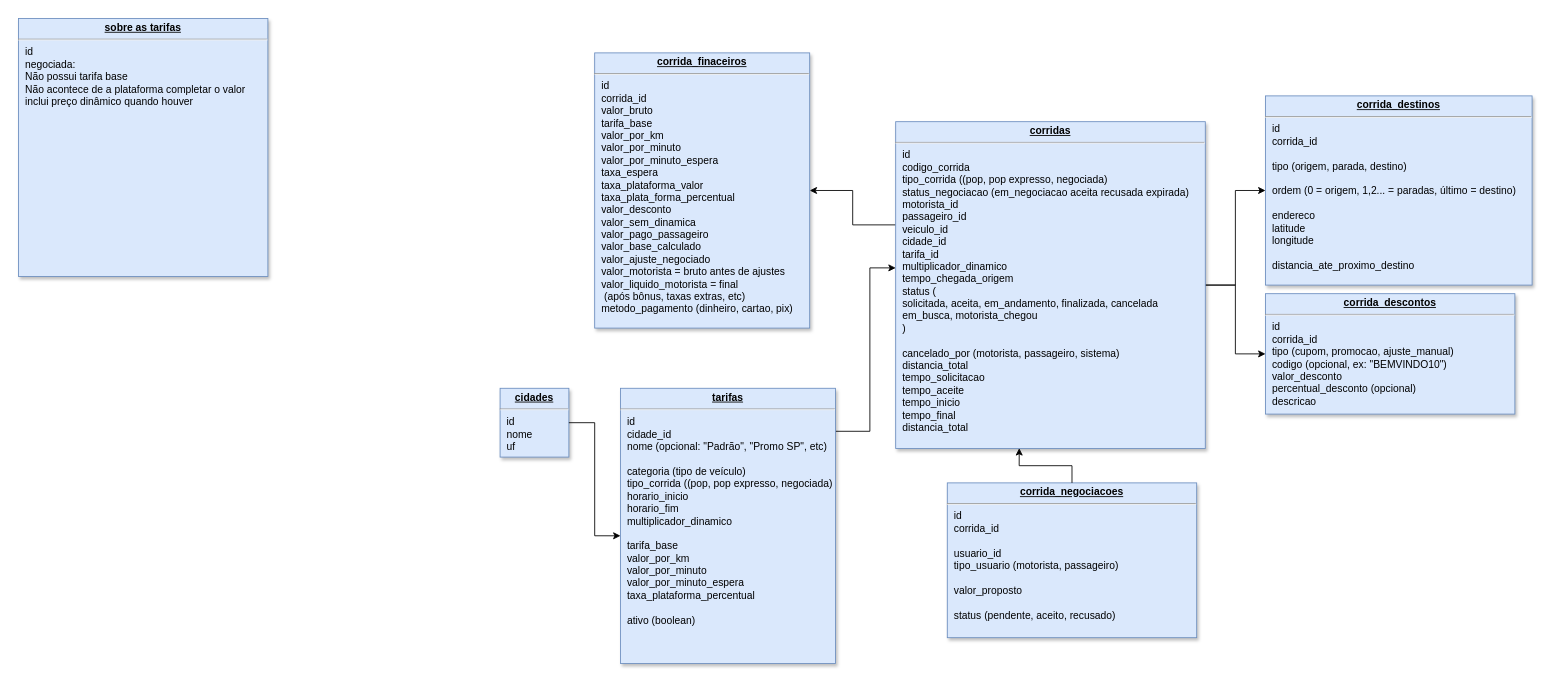
Before: page "corridas" (2 of 2) of Diagrama sem nome.drawio in PnA-Publicidade/aplicativo-mobilidade-urbana-backend, a draw.io diagram. Source tidied: cells renumbered, new cells numbered last; positions are measured from the earlier drawing's top-left corner, leaving out a move shared by most shapes. Both pictures are drawn from the tidied source at 86%, with x=0, y=0 at pixel (18, 18).
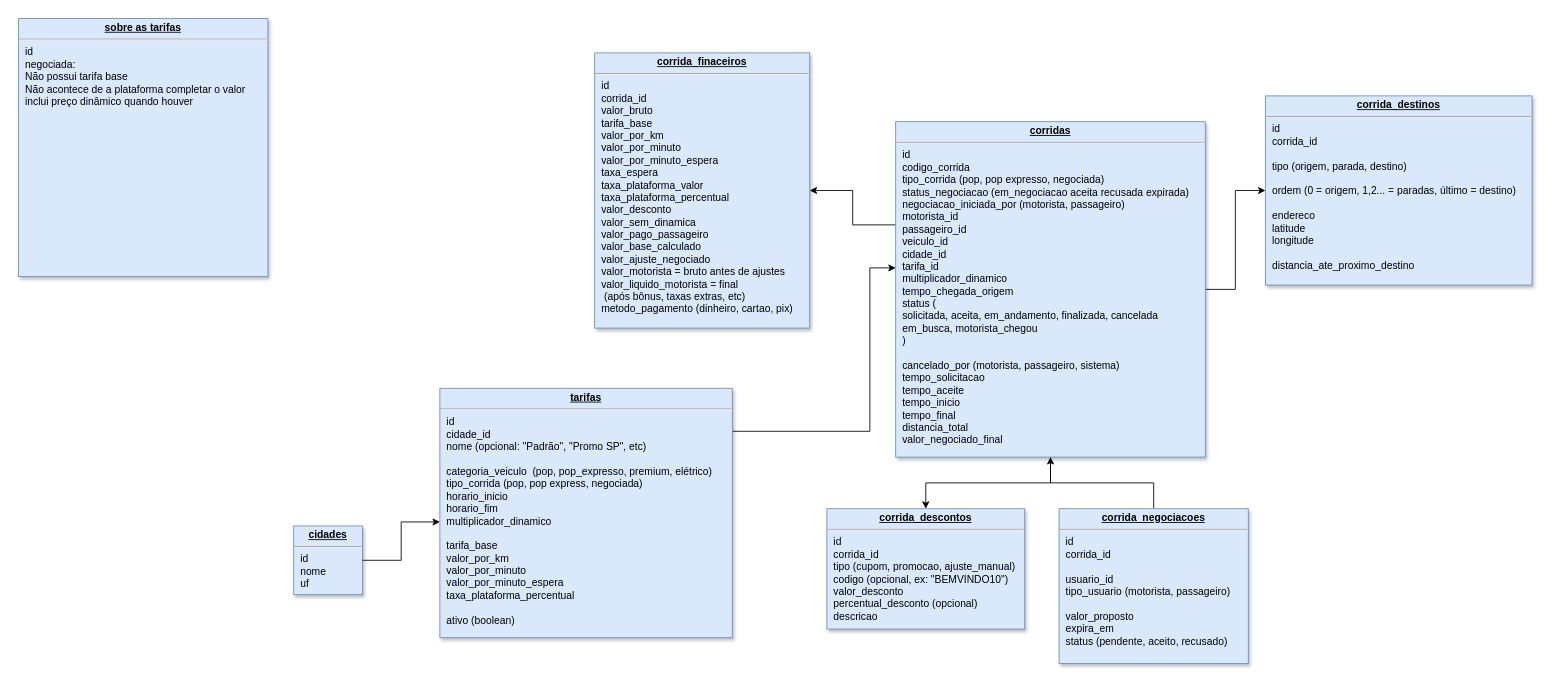
Above is the later version.

What changed in the source:
```diff
@@
 <mxGraphModel>
   <root>
     <mxCell id="0" />
     <mxCell id="1" parent="0" />
     <mxCell id="2" style="edgeStyle=orthogonalEdgeStyle;rounded=0;jettySize=auto;html=1;entryX=0;entryY=0.5;entryDx=0;entryDy=0;" parent="1" edge="1" source="5" target="7">
       <mxGeometry relative="1" as="geometry" />
     </mxCell>
+    <mxCell id="4" style="edgeStyle=orthogonalEdgeStyle;rounded=0;jettySize=auto;html=1;entryX=1;entryY=0.5;entryDx=0;entryDy=0;" parent="1" edge="1" source="5" target="6">
+      <mxGeometry relative="1" as="geometry">
+        <Array as="points">
+          <mxPoint x="970" y="240" />
+          <mxPoint x="970" y="200" />
+        </Array>
+      </mxGeometry>
+    </mxCell>
-    <mxCell id="3" style="edgeStyle=orthogonalEdgeStyle;rounded=0;jettySize=auto;html=1;entryX=0;entryY=0.5;entryDx=0;entryDy=0;" parent="1" edge="1" source="5" target="8">
+    <mxCell id="3" style="edgeStyle=orthogonalEdgeStyle;rounded=0;jettySize=auto;html=1;entryX=0.5;entryY=0;entryDx=0;entryDy=0;" parent="1" edge="1" source="5" target="8">
       <mxGeometry relative="1" as="geometry" />
     </mxCell>
-    <mxCell id="4" style="edgeStyle=orthogonalEdgeStyle;rounded=0;jettySize=auto;html=1;entryX=1;entryY=0.5;entryDx=0;entryDy=0;" parent="1" edge="1" source="5" target="6">
-      <mxGeometry relative="1" as="geometry">
-        <Array as="points">
-          <mxPoint x="970" y="240" />
-          <mxPoint x="970" y="200" />
-        </Array>
-      </mxGeometry>
-    </mxCell>
-    <mxCell id="5" value="&lt;p style=&quot;margin: 0px ; margin-top: 4px ; text-align: center ; text-decoration: underline&quot;&gt;&lt;b&gt;corridas&lt;/b&gt;&lt;/p&gt;&lt;hr&gt;&lt;p style=&quot;margin: 0px ; margin-left: 8px&quot;&gt;id&lt;/p&gt;&lt;p style=&quot;margin: 0px ; margin-left: 8px&quot;&gt;codigo_corrida&lt;/p&gt;&lt;p style=&quot;margin: 0px ; margin-left: 8px&quot;&gt;tipo_corrida ((pop, pop expresso, negociada)&lt;/p&gt;&lt;p style=&quot;margin: 0px ; margin-left: 8px&quot;&gt;status_negociacao (em_negociacao aceita recusada expirada)&lt;/p&gt;&lt;p style=&quot;margin: 0px ; margin-left: 8px&quot;&gt;motorista_id&lt;/p&gt;&lt;p style=&quot;margin: 0px ; margin-left: 8px&quot;&gt;passageiro_id&lt;/p&gt;&lt;p style=&quot;margin: 0px ; margin-left: 8px&quot;&gt;veiculo_id&amp;nbsp;&lt;/p&gt;&lt;p style=&quot;margin: 0px ; margin-left: 8px&quot;&gt;cidade_id&lt;/p&gt;&lt;p style=&quot;margin: 0px ; margin-left: 8px&quot;&gt;tarifa_id&lt;/p&gt;&lt;p style=&quot;margin: 0px ; margin-left: 8px&quot;&gt;multiplicador_dinamico&lt;/p&gt;&lt;p style=&quot;margin: 0px ; margin-left: 8px&quot;&gt;tempo_chegada_origem&lt;/p&gt;&lt;p style=&quot;margin: 0px ; margin-left: 8px&quot;&gt;status (&lt;/p&gt;&lt;p style=&quot;margin: 0px ; margin-left: 8px&quot;&gt;solicitada, aceita, em_andamento, finalizada, cancelada&lt;/p&gt;&lt;p style=&quot;margin: 0px ; margin-left: 8px&quot;&gt;em_busca, motorista_chegou&lt;/p&gt;&lt;p style=&quot;margin: 0px ; margin-left: 8px&quot;&gt;)&lt;/p&gt;&lt;p style=&quot;margin: 0px ; margin-left: 8px&quot;&gt;&lt;br&gt;&lt;/p&gt;&lt;p style=&quot;margin: 0px ; margin-left: 8px&quot;&gt;cancelado_por (motorista, passageiro, sistema)&lt;/p&gt;&lt;p style=&quot;margin: 0px ; margin-left: 8px&quot;&gt;distancia_total&lt;/p&gt;&lt;p style=&quot;margin: 0px ; margin-left: 8px&quot;&gt;tempo_solicitacao&lt;/p&gt;&lt;p style=&quot;margin: 0px ; margin-left: 8px&quot;&gt;tempo_aceite&lt;/p&gt;&lt;p style=&quot;margin: 0px ; margin-left: 8px&quot;&gt;tempo_inicio&lt;/p&gt;&lt;p style=&quot;margin: 0px ; margin-left: 8px&quot;&gt;tempo_final&lt;/p&gt;&lt;p style=&quot;margin: 0px ; margin-left: 8px&quot;&gt;distancia_total&lt;/p&gt;&lt;p style=&quot;margin: 0px ; margin-left: 8px&quot;&gt;&lt;br&gt;&lt;/p&gt;&lt;p style=&quot;margin: 0px ; margin-left: 8px&quot;&gt;&lt;br&gt;&lt;/p&gt;" style="verticalAlign=top;align=left;overflow=fill;fontSize=12;fontFamily=Helvetica;html=1;strokeColor=#6c8ebf;shadow=1;fillColor=#dae8fc;" parent="1" vertex="1">
-      <mxGeometry x="1020" y="120" width="360" height="380" as="geometry" />
+    <mxCell id="5" value="&lt;p style=&quot;margin: 0px ; margin-top: 4px ; text-align: center ; text-decoration: underline&quot;&gt;&lt;b&gt;corridas&lt;/b&gt;&lt;/p&gt;&lt;hr&gt;&lt;p style=&quot;margin: 0px ; margin-left: 8px&quot;&gt;id&lt;/p&gt;&lt;p style=&quot;margin: 0px ; margin-left: 8px&quot;&gt;codigo_corrida&lt;/p&gt;&lt;p style=&quot;margin: 0px ; margin-left: 8px&quot;&gt;tipo_corrida (pop, pop expresso, negociada)&lt;/p&gt;&lt;p style=&quot;margin: 0px ; margin-left: 8px&quot;&gt;status_negociacao (em_negociacao aceita recusada expirada)&lt;/p&gt;&lt;p style=&quot;margin: 0px ; margin-left: 8px&quot;&gt;negociacao_iniciada_por (motorista, passageiro)&lt;/p&gt;&lt;p style=&quot;margin: 0px ; margin-left: 8px&quot;&gt;motorista_id&lt;/p&gt;&lt;p style=&quot;margin: 0px ; margin-left: 8px&quot;&gt;passageiro_id&lt;/p&gt;&lt;p style=&quot;margin: 0px ; margin-left: 8px&quot;&gt;veiculo_id&amp;nbsp;&lt;/p&gt;&lt;p style=&quot;margin: 0px ; margin-left: 8px&quot;&gt;cidade_id&lt;/p&gt;&lt;p style=&quot;margin: 0px ; margin-left: 8px&quot;&gt;tarifa_id&lt;/p&gt;&lt;p style=&quot;margin: 0px ; margin-left: 8px&quot;&gt;multiplicador_dinamico&lt;/p&gt;&lt;p style=&quot;margin: 0px ; margin-left: 8px&quot;&gt;tempo_chegada_origem&lt;/p&gt;&lt;p style=&quot;margin: 0px ; margin-left: 8px&quot;&gt;status (&lt;/p&gt;&lt;p style=&quot;margin: 0px ; margin-left: 8px&quot;&gt;solicitada, aceita, em_andamento, finalizada, cancelada&lt;/p&gt;&lt;p style=&quot;margin: 0px ; margin-left: 8px&quot;&gt;em_busca, motorista_chegou&lt;/p&gt;&lt;p style=&quot;margin: 0px ; margin-left: 8px&quot;&gt;)&lt;/p&gt;&lt;p style=&quot;margin: 0px ; margin-left: 8px&quot;&gt;&lt;br&gt;&lt;/p&gt;&lt;p style=&quot;margin: 0px ; margin-left: 8px&quot;&gt;cancelado_por (motorista, passageiro, sistema)&lt;/p&gt;&lt;p style=&quot;margin: 0px ; margin-left: 8px&quot;&gt;tempo_solicitacao&lt;/p&gt;&lt;p style=&quot;margin: 0px ; margin-left: 8px&quot;&gt;tempo_aceite&lt;/p&gt;&lt;p style=&quot;margin: 0px ; margin-left: 8px&quot;&gt;tempo_inicio&lt;/p&gt;&lt;p style=&quot;margin: 0px ; margin-left: 8px&quot;&gt;tempo_final&lt;/p&gt;&lt;p style=&quot;margin: 0px ; margin-left: 8px&quot;&gt;distancia_total&lt;/p&gt;&lt;p style=&quot;margin: 0px ; margin-left: 8px&quot;&gt;valor_negociado_final&lt;/p&gt;&lt;p style=&quot;margin: 0px ; margin-left: 8px&quot;&gt;&lt;br&gt;&lt;/p&gt;&lt;p style=&quot;margin: 0px ; margin-left: 8px&quot;&gt;&lt;br&gt;&lt;/p&gt;" style="verticalAlign=top;align=left;overflow=fill;fontSize=12;fontFamily=Helvetica;html=1;strokeColor=#6c8ebf;shadow=1;fillColor=#dae8fc;" parent="1" vertex="1">
+      <mxGeometry x="1020" y="120" width="360" height="390" as="geometry" />
     </mxCell>
-    <mxCell id="6" value="&lt;p style=&quot;margin: 0px ; margin-top: 4px ; text-align: center ; text-decoration: underline&quot;&gt;&lt;b&gt;corrida_finaceiros&lt;/b&gt;&lt;/p&gt;&lt;hr&gt;&lt;p style=&quot;margin: 0px ; margin-left: 8px&quot;&gt;id&lt;/p&gt;&lt;p style=&quot;margin: 0px ; margin-left: 8px&quot;&gt;corrida_id&lt;/p&gt;&lt;p style=&quot;margin: 0px ; margin-left: 8px&quot;&gt;valor_bruto&lt;/p&gt;&lt;p style=&quot;margin: 0px ; margin-left: 8px&quot;&gt;tarifa_base&lt;/p&gt;&lt;p style=&quot;margin: 0px ; margin-left: 8px&quot;&gt;valor_por_km&lt;/p&gt;&lt;p style=&quot;margin: 0px ; margin-left: 8px&quot;&gt;valor_por_minuto&lt;/p&gt;&lt;p style=&quot;margin: 0px ; margin-left: 8px&quot;&gt;valor_por_minuto_espera&lt;/p&gt;&lt;p style=&quot;margin: 0px ; margin-left: 8px&quot;&gt;taxa_espera&lt;/p&gt;&lt;p style=&quot;margin: 0px 0px 0px 8px;&quot;&gt;taxa_plataforma_valor&lt;/p&gt;&lt;p style=&quot;margin: 0px 0px 0px 8px;&quot;&gt;taxa_plata_forma_percentual&lt;/p&gt;&lt;p style=&quot;margin: 0px ; margin-left: 8px&quot;&gt;valor_desconto&lt;/p&gt;&lt;p style=&quot;margin: 0px ; margin-left: 8px&quot;&gt;valor_sem_dinamica&lt;/p&gt;&lt;p style=&quot;margin: 0px ; margin-left: 8px&quot;&gt;valor_pago_passageiro&lt;/p&gt;&lt;p style=&quot;margin: 0px ; margin-left: 8px&quot;&gt;valor_base_calculado&lt;br&gt;valor_ajuste_negociado&lt;/p&gt;&lt;p style=&quot;margin: 0px ; margin-left: 8px&quot;&gt;valor_motorista = bruto antes de ajustes&lt;/p&gt;&lt;p style=&quot;margin: 0px ; margin-left: 8px&quot;&gt;valor_liquido_motorista = final&lt;/p&gt;&lt;p style=&quot;margin: 0px ; margin-left: 8px&quot;&gt;&amp;nbsp;(após bônus, taxas extras, etc)&lt;/p&gt;&lt;p style=&quot;margin: 0px ; margin-left: 8px&quot;&gt;metodo_pagamento (dinheiro, cartao, pix)&lt;/p&gt;" style="verticalAlign=top;align=left;overflow=fill;fontSize=12;fontFamily=Helvetica;html=1;strokeColor=#6c8ebf;shadow=1;fillColor=#dae8fc;" parent="1" vertex="1">
+    <mxCell id="6" value="&lt;p style=&quot;margin: 0px ; margin-top: 4px ; text-align: center ; text-decoration: underline&quot;&gt;&lt;b&gt;corrida_finaceiros&lt;/b&gt;&lt;/p&gt;&lt;hr&gt;&lt;p style=&quot;margin: 0px ; margin-left: 8px&quot;&gt;id&lt;/p&gt;&lt;p style=&quot;margin: 0px ; margin-left: 8px&quot;&gt;corrida_id&lt;/p&gt;&lt;p style=&quot;margin: 0px ; margin-left: 8px&quot;&gt;valor_bruto&lt;/p&gt;&lt;p style=&quot;margin: 0px ; margin-left: 8px&quot;&gt;tarifa_base&lt;/p&gt;&lt;p style=&quot;margin: 0px ; margin-left: 8px&quot;&gt;valor_por_km&lt;/p&gt;&lt;p style=&quot;margin: 0px ; margin-left: 8px&quot;&gt;valor_por_minuto&lt;/p&gt;&lt;p style=&quot;margin: 0px ; margin-left: 8px&quot;&gt;valor_por_minuto_espera&lt;/p&gt;&lt;p style=&quot;margin: 0px ; margin-left: 8px&quot;&gt;taxa_espera&lt;/p&gt;&lt;p style=&quot;margin: 0px 0px 0px 8px;&quot;&gt;taxa_plataforma_valor&lt;/p&gt;&lt;p style=&quot;margin: 0px 0px 0px 8px;&quot;&gt;taxa_plataforma_percentual&lt;/p&gt;&lt;p style=&quot;margin: 0px ; margin-left: 8px&quot;&gt;valor_desconto&lt;/p&gt;&lt;p style=&quot;margin: 0px ; margin-left: 8px&quot;&gt;valor_sem_dinamica&lt;/p&gt;&lt;p style=&quot;margin: 0px ; margin-left: 8px&quot;&gt;valor_pago_passageiro&lt;/p&gt;&lt;p style=&quot;margin: 0px ; margin-left: 8px&quot;&gt;valor_base_calculado&lt;br&gt;valor_ajuste_negociado&lt;/p&gt;&lt;p style=&quot;margin: 0px ; margin-left: 8px&quot;&gt;valor_motorista = bruto antes de ajustes&lt;/p&gt;&lt;p style=&quot;margin: 0px ; margin-left: 8px&quot;&gt;valor_liquido_motorista = final&lt;/p&gt;&lt;p style=&quot;margin: 0px ; margin-left: 8px&quot;&gt;&amp;nbsp;(após bônus, taxas extras, etc)&lt;/p&gt;&lt;p style=&quot;margin: 0px ; margin-left: 8px&quot;&gt;metodo_pagamento (dinheiro, cartao, pix)&lt;/p&gt;" style="verticalAlign=top;align=left;overflow=fill;fontSize=12;fontFamily=Helvetica;html=1;strokeColor=#6c8ebf;shadow=1;fillColor=#dae8fc;" parent="1" vertex="1">
       <mxGeometry x="670" y="40" width="250" height="320" as="geometry" />
     </mxCell>
     <mxCell id="7" value="&lt;p style=&quot;margin: 0px ; margin-top: 4px ; text-align: center ; text-decoration: underline&quot;&gt;&lt;b&gt;corrida_destinos&lt;/b&gt;&lt;/p&gt;&lt;hr&gt;&lt;p style=&quot;margin: 0px ; margin-left: 8px&quot;&gt;id&lt;/p&gt;&lt;p style=&quot;margin: 0px ; margin-left: 8px&quot;&gt;corrida_id&lt;/p&gt;&lt;p style=&quot;margin: 0px ; margin-left: 8px&quot;&gt;&lt;br&gt;&lt;/p&gt;&lt;p style=&quot;margin: 0px ; margin-left: 8px&quot;&gt;tipo (origem, parada, destino)&lt;/p&gt;&lt;p style=&quot;margin: 0px ; margin-left: 8px&quot;&gt;&lt;br&gt;&lt;/p&gt;&lt;p style=&quot;margin: 0px ; margin-left: 8px&quot;&gt;ordem (0 = origem, 1,2... = paradas, último = destino)&lt;/p&gt;&lt;p style=&quot;margin: 0px ; margin-left: 8px&quot;&gt;&lt;br&gt;&lt;/p&gt;&lt;p style=&quot;margin: 0px ; margin-left: 8px&quot;&gt;endereco&lt;/p&gt;&lt;p style=&quot;margin: 0px ; margin-left: 8px&quot;&gt;latitude&lt;/p&gt;&lt;p style=&quot;margin: 0px ; margin-left: 8px&quot;&gt;longitude&lt;/p&gt;&lt;p style=&quot;margin: 0px ; margin-left: 8px&quot;&gt;&lt;br&gt;&lt;/p&gt;&lt;p style=&quot;margin: 0px ; margin-left: 8px&quot;&gt;distancia_ate_proximo_destino&lt;/p&gt;" style="verticalAlign=top;align=left;overflow=fill;fontSize=12;fontFamily=Helvetica;html=1;strokeColor=#6c8ebf;shadow=1;fillColor=#dae8fc;" parent="1" vertex="1">
       <mxGeometry x="1450" y="90" width="310" height="220" as="geometry" />
     </mxCell>
     <mxCell id="8" value="&lt;p style=&quot;margin: 0px ; margin-top: 4px ; text-align: center ; text-decoration: underline&quot;&gt;&lt;b&gt;corrida_descontos&lt;/b&gt;&lt;/p&gt;&lt;hr&gt;&lt;p style=&quot;margin: 0px ; margin-left: 8px&quot;&gt;id&lt;/p&gt;&lt;p style=&quot;margin: 0px ; margin-left: 8px&quot;&gt;corrida_id&lt;/p&gt;&lt;p style=&quot;margin: 0px ; margin-left: 8px&quot;&gt;tipo (cupom, promocao, ajuste_manual)&lt;/p&gt;&lt;p style=&quot;margin: 0px ; margin-left: 8px&quot;&gt;codigo (opcional, ex: &quot;BEMVINDO10&quot;)&lt;/p&gt;&lt;p style=&quot;margin: 0px ; margin-left: 8px&quot;&gt;valor_desconto&lt;/p&gt;&lt;p style=&quot;margin: 0px ; margin-left: 8px&quot;&gt;percentual_desconto (opcional)&lt;/p&gt;&lt;p style=&quot;margin: 0px ; margin-left: 8px&quot;&gt;descricao&lt;/p&gt;&lt;div&gt;&lt;br&gt;&lt;/div&gt;&lt;div&gt;&lt;br&gt;&lt;/div&gt;" style="verticalAlign=top;align=left;overflow=fill;fontSize=12;fontFamily=Helvetica;html=1;strokeColor=#6c8ebf;shadow=1;fillColor=#dae8fc;" parent="1" vertex="1">
-      <mxGeometry x="1450" y="320" width="290" height="140" as="geometry" />
+      <mxGeometry x="940" y="570" width="230" height="140" as="geometry" />
     </mxCell>
     <mxCell id="9" style="edgeStyle=orthogonalEdgeStyle;rounded=0;jettySize=auto;html=1;" parent="1" edge="1" source="10" target="5">
       <mxGeometry relative="1" as="geometry">
         <Array as="points">
           <mxPoint x="990" y="480" />
           <mxPoint x="990" y="290" />
         </Array>
       </mxGeometry>
     </mxCell>
-    <mxCell id="10" value="&lt;p style=&quot;margin: 0px ; margin-top: 4px ; text-align: center ; text-decoration: underline&quot;&gt;&lt;b&gt;tarifas&lt;/b&gt;&lt;/p&gt;&lt;hr&gt;&lt;p style=&quot;margin: 0px ; margin-left: 8px&quot;&gt;id&lt;/p&gt;&lt;p style=&quot;margin: 0px ; margin-left: 8px&quot;&gt;cidade_id&lt;/p&gt;&lt;p style=&quot;margin: 0px ; margin-left: 8px&quot;&gt;nome (opcional: &quot;Padrão&quot;, &quot;Promo SP&quot;, etc)&lt;/p&gt;&lt;p style=&quot;margin: 0px ; margin-left: 8px&quot;&gt;&lt;br&gt;&lt;/p&gt;&lt;p style=&quot;margin: 0px ; margin-left: 8px&quot;&gt;categoria (tipo de veículo)&lt;/p&gt;&lt;p style=&quot;margin: 0px ; margin-left: 8px&quot;&gt;tipo_corrida ((pop, pop expresso, negociada)&lt;/p&gt;&lt;p style=&quot;margin: 0px ; margin-left: 8px&quot;&gt;horario_inicio&lt;/p&gt;&lt;p style=&quot;margin: 0px ; margin-left: 8px&quot;&gt;horario_fim&lt;/p&gt;&lt;p style=&quot;margin: 0px ; margin-left: 8px&quot;&gt;multiplicador_dinamico&lt;/p&gt;&lt;p style=&quot;margin: 0px ; margin-left: 8px&quot;&gt;&lt;br&gt;&lt;/p&gt;&lt;p style=&quot;margin: 0px ; margin-left: 8px&quot;&gt;tarifa_base&lt;/p&gt;&lt;p style=&quot;margin: 0px ; margin-left: 8px&quot;&gt;valor_por_km&lt;/p&gt;&lt;p style=&quot;margin: 0px ; margin-left: 8px&quot;&gt;valor_por_minuto&lt;/p&gt;&lt;p style=&quot;margin: 0px ; margin-left: 8px&quot;&gt;valor_por_minuto_espera&lt;/p&gt;&lt;p style=&quot;margin: 0px ; margin-left: 8px&quot;&gt;taxa_plataforma_percentual&lt;/p&gt;&lt;p style=&quot;margin: 0px ; margin-left: 8px&quot;&gt;&lt;br&gt;&lt;/p&gt;&lt;p style=&quot;margin: 0px ; margin-left: 8px&quot;&gt;ativo (boolean)&lt;/p&gt;&lt;div&gt;&lt;br&gt;&lt;/div&gt;" style="verticalAlign=top;align=left;overflow=fill;fontSize=12;fontFamily=Helvetica;html=1;strokeColor=#6c8ebf;shadow=1;fillColor=#dae8fc;" parent="1" vertex="1">
-      <mxGeometry x="700" y="430" width="250" height="320" as="geometry" />
+    <mxCell id="10" value="&lt;p style=&quot;margin: 0px ; margin-top: 4px ; text-align: center ; text-decoration: underline&quot;&gt;&lt;b&gt;tarifas&lt;/b&gt;&lt;/p&gt;&lt;hr&gt;&lt;p style=&quot;margin: 0px ; margin-left: 8px&quot;&gt;id&lt;/p&gt;&lt;p style=&quot;margin: 0px ; margin-left: 8px&quot;&gt;cidade_id&lt;/p&gt;&lt;p style=&quot;margin: 0px ; margin-left: 8px&quot;&gt;nome (opcional: &quot;Padrão&quot;, &quot;Promo SP&quot;, etc)&lt;/p&gt;&lt;p style=&quot;margin: 0px ; margin-left: 8px&quot;&gt;&lt;br&gt;&lt;/p&gt;&lt;p style=&quot;margin: 0px ; margin-left: 8px&quot;&gt;categoria_veiculo&amp;nbsp;&lt;span style=&quot;background-color: transparent; color: light-dark(rgb(0, 0, 0), rgb(255, 255, 255));&quot;&gt;&amp;nbsp;&lt;/span&gt;&lt;span style=&quot;background-color: transparent; color: light-dark(rgb(0, 0, 0), rgb(255, 255, 255));&quot;&gt;(pop, pop_expresso, premium, elétrico)&lt;/span&gt;&lt;/p&gt;&lt;p style=&quot;margin: 0px ; margin-left: 8px&quot;&gt;tipo_corrida (pop, pop express, negociada)&lt;/p&gt;&lt;p style=&quot;margin: 0px ; margin-left: 8px&quot;&gt;horario_inicio&lt;/p&gt;&lt;p style=&quot;margin: 0px ; margin-left: 8px&quot;&gt;horario_fim&lt;/p&gt;&lt;p style=&quot;margin: 0px ; margin-left: 8px&quot;&gt;multiplicador_dinamico&lt;/p&gt;&lt;p style=&quot;margin: 0px ; margin-left: 8px&quot;&gt;&lt;br&gt;&lt;/p&gt;&lt;p style=&quot;margin: 0px ; margin-left: 8px&quot;&gt;tarifa_base&lt;/p&gt;&lt;p style=&quot;margin: 0px ; margin-left: 8px&quot;&gt;valor_por_km&lt;/p&gt;&lt;p style=&quot;margin: 0px ; margin-left: 8px&quot;&gt;valor_por_minuto&lt;/p&gt;&lt;p style=&quot;margin: 0px ; margin-left: 8px&quot;&gt;valor_por_minuto_espera&lt;/p&gt;&lt;p style=&quot;margin: 0px ; margin-left: 8px&quot;&gt;taxa_plataforma_percentual&lt;/p&gt;&lt;p style=&quot;margin: 0px ; margin-left: 8px&quot;&gt;&lt;br&gt;&lt;/p&gt;&lt;p style=&quot;margin: 0px ; margin-left: 8px&quot;&gt;ativo (boolean)&lt;/p&gt;&lt;div&gt;&lt;br&gt;&lt;/div&gt;" style="verticalAlign=top;align=left;overflow=fill;fontSize=12;fontFamily=Helvetica;html=1;strokeColor=#6c8ebf;shadow=1;fillColor=#dae8fc;" parent="1" vertex="1">
+      <mxGeometry x="490" y="430" width="340" height="290" as="geometry" />
     </mxCell>
     <mxCell id="11" value="&lt;p style=&quot;margin: 0px ; margin-top: 4px ; text-align: center ; text-decoration: underline&quot;&gt;&lt;b&gt;cidades&lt;/b&gt;&lt;/p&gt;&lt;hr&gt;&lt;p style=&quot;margin: 0px ; margin-left: 8px&quot;&gt;id&lt;/p&gt;&lt;p style=&quot;margin: 0px ; margin-left: 8px&quot;&gt;&lt;span style=&quot;background-color: transparent; color: light-dark(rgb(0, 0, 0), rgb(255, 255, 255));&quot;&gt;nome&lt;/span&gt;&lt;/p&gt;&lt;p style=&quot;margin: 0px ; margin-left: 8px&quot;&gt;uf&lt;/p&gt;&lt;div&gt;&lt;br&gt;&lt;/div&gt;" style="verticalAlign=top;align=left;overflow=fill;fontSize=12;fontFamily=Helvetica;html=1;strokeColor=#6c8ebf;shadow=1;fillColor=#dae8fc;" parent="1" vertex="1">
-      <mxGeometry x="560" y="430" width="80" height="80" as="geometry" />
+      <mxGeometry x="320" y="590" width="80" height="80" as="geometry" />
     </mxCell>
     <mxCell id="12" style="edgeStyle=orthogonalEdgeStyle;rounded=0;jettySize=auto;html=1;entryX=0;entryY=0.536;entryDx=0;entryDy=0;entryPerimeter=0;" parent="1" edge="1" source="11" target="10">
       <mxGeometry relative="1" as="geometry" />
     </mxCell>
     <mxCell id="13" value="&lt;p style=&quot;margin: 0px ; margin-top: 4px ; text-align: center ; text-decoration: underline&quot;&gt;&lt;b&gt;sobre as tarifas&lt;/b&gt;&lt;/p&gt;&lt;hr&gt;&lt;p style=&quot;margin: 0px ; margin-left: 8px&quot;&gt;id&lt;/p&gt;&lt;p style=&quot;margin: 0px ; margin-left: 8px&quot;&gt;negociada:&lt;br&gt;Não possui tarifa base&lt;br&gt;Não acontece de a plataforma completar o valor&lt;/p&gt;&lt;p style=&quot;margin: 0px ; margin-left: 8px&quot;&gt;inclui preço dinâmico quando houver&lt;/p&gt;" style="verticalAlign=top;align=left;overflow=fill;fontSize=12;fontFamily=Helvetica;html=1;strokeColor=#6c8ebf;shadow=1;fillColor=#dae8fc;" parent="1" vertex="1">
       <mxGeometry width="290" height="300" as="geometry" />
     </mxCell>
+    <mxCell id="15" style="edgeStyle=orthogonalEdgeStyle;rounded=0;jettySize=auto;html=1;entryX=0.5;entryY=1;entryDx=0;entryDy=0;" parent="1" edge="1" source="14" target="5">
+      <mxGeometry relative="1" as="geometry" />
+    </mxCell>
-    <mxCell id="14" value="&lt;p style=&quot;margin: 0px ; margin-top: 4px ; text-align: center ; text-decoration: underline&quot;&gt;&lt;b&gt;corrida_negociacoes&lt;/b&gt;&lt;/p&gt;&lt;hr&gt;&lt;p style=&quot;margin: 0px ; margin-left: 8px&quot;&gt;id&lt;/p&gt;&lt;p style=&quot;margin: 0px ; margin-left: 8px&quot;&gt;corrida_id&lt;/p&gt;&lt;p style=&quot;margin: 0px ; margin-left: 8px&quot;&gt;&lt;br&gt;&lt;/p&gt;&lt;p style=&quot;margin: 0px ; margin-left: 8px&quot;&gt;usuario_id&lt;/p&gt;&lt;p style=&quot;margin: 0px ; margin-left: 8px&quot;&gt;tipo_usuario (motorista, passageiro)&lt;/p&gt;&lt;p style=&quot;margin: 0px ; margin-left: 8px&quot;&gt;&lt;br&gt;&lt;/p&gt;&lt;p style=&quot;margin: 0px ; margin-left: 8px&quot;&gt;valor_proposto&lt;/p&gt;&lt;p style=&quot;margin: 0px ; margin-left: 8px&quot;&gt;&lt;br&gt;&lt;/p&gt;&lt;p style=&quot;margin: 0px ; margin-left: 8px&quot;&gt;status (pendente, aceito, recusado)&lt;/p&gt;&lt;div&gt;&lt;br&gt;&lt;/div&gt;&lt;div&gt;&lt;br&gt;&lt;/div&gt;" style="verticalAlign=top;align=left;overflow=fill;fontSize=12;fontFamily=Helvetica;html=1;strokeColor=#6c8ebf;shadow=1;fillColor=#dae8fc;" parent="1" vertex="1">
-      <mxGeometry x="1080" y="540" width="290" height="180" as="geometry" />
+    <mxCell id="14" value="&lt;p style=&quot;margin: 0px ; margin-top: 4px ; text-align: center ; text-decoration: underline&quot;&gt;&lt;b&gt;corrida_negociacoes&lt;/b&gt;&lt;/p&gt;&lt;hr&gt;&lt;p style=&quot;margin: 0px ; margin-left: 8px&quot;&gt;id&lt;/p&gt;&lt;p style=&quot;margin: 0px ; margin-left: 8px&quot;&gt;corrida_id&lt;/p&gt;&lt;p style=&quot;margin: 0px ; margin-left: 8px&quot;&gt;&lt;br&gt;&lt;/p&gt;&lt;p style=&quot;margin: 0px ; margin-left: 8px&quot;&gt;usuario_id&lt;/p&gt;&lt;p style=&quot;margin: 0px ; margin-left: 8px&quot;&gt;tipo_usuario (motorista, passageiro)&lt;/p&gt;&lt;p style=&quot;margin: 0px ; margin-left: 8px&quot;&gt;&lt;br&gt;&lt;/p&gt;&lt;p style=&quot;margin: 0px ; margin-left: 8px&quot;&gt;valor_proposto&lt;/p&gt;&lt;p style=&quot;margin: 0px ; margin-left: 8px&quot;&gt;expira_em&lt;/p&gt;&lt;p style=&quot;margin: 0px ; margin-left: 8px&quot;&gt;status (pendente, aceito, recusado)&lt;/p&gt;&lt;div&gt;&lt;br&gt;&lt;/div&gt;&lt;div&gt;&lt;br&gt;&lt;/div&gt;" style="verticalAlign=top;align=left;overflow=fill;fontSize=12;fontFamily=Helvetica;html=1;strokeColor=#6c8ebf;shadow=1;fillColor=#dae8fc;" parent="1" vertex="1">
+      <mxGeometry x="1210" y="570" width="220" height="180" as="geometry" />
     </mxCell>
-    <mxCell id="15" style="edgeStyle=orthogonalEdgeStyle;rounded=0;jettySize=auto;html=1;entryX=0.399;entryY=0.999;entryDx=0;entryDy=0;entryPerimeter=0;" parent="1" edge="1" source="14" target="5">
-      <mxGeometry relative="1" as="geometry" />
-    </mxCell>
   </root>
 </mxGraphModel>
```
